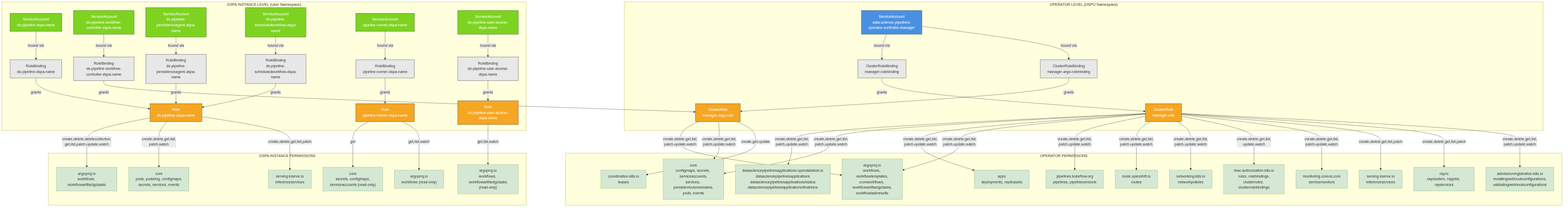
This is architecture/rhoai-2.25/diagrams/data-science-pipelines-operator-rbac.png from rhuss/architecture-context, a Mermaid export, as it was before one commit. Its source is kept beside it as architecture/rhoai-2.25/diagrams/data-science-pipelines-operator-rbac.mmd. Source of this version:
```mermaid
graph TD
    subgraph "OPERATOR LEVEL (DSPO Namespace)"
        SA_Controller[ServiceAccount<br/>data-science-pipelines-operator-controller-manager]

        CRB_Manager[ClusterRoleBinding<br/>manager-rolebinding]
        CR_Manager[ClusterRole<br/>manager-role]

        CRB_Argo[ClusterRoleBinding<br/>manager-argo-rolebinding]
        CR_Argo[ClusterRole<br/>manager-argo-role]

        SA_Controller -->|bound via| CRB_Manager
        SA_Controller -->|bound via| CRB_Argo
        CRB_Manager -->|grants| CR_Manager
        CRB_Argo -->|grants| CR_Argo
    end

    subgraph "OPERATOR PERMISSIONS"
        API_DSPA["datasciencepipelinesapplications.opendatahub.io<br/>datasciencepipelinesapplications<br/>datasciencepipelinesapplications/status<br/>datasciencepipelinesapplications/finalizers"]
        API_Core["core<br/>configmaps, secrets, serviceaccounts,<br/>services, persistentvolumeclaims,<br/>pods, events"]
        API_Apps["apps<br/>deployments, replicasets"]
        API_Argo["argoproj.io<br/>workflows, workflowtemplates,<br/>cronworkflows, workflowartifactgctasks,<br/>workflowtaskresults"]
        API_Pipelines["pipelines.kubeflow.org<br/>pipelines, pipelineversions"]
        API_Route["route.openshift.io<br/>routes"]
        API_Network["networking.k8s.io<br/>networkpolicies"]
        API_RBAC["rbac.authorization.k8s.io<br/>roles, rolebindings,<br/>clusterroles, clusterrolebindings"]
        API_Monitor["monitoring.coreos.com<br/>servicemonitors"]
        API_KServe["serving.kserve.io<br/>inferenceservices"]
        API_Ray["ray.io<br/>rayclusters, rayjobs, rayservices"]
        API_Admission["admissionregistration.k8s.io<br/>mutatingwebhookconfigurations,<br/>validatingwebhookconfigurations"]
        API_Coord["coordination.k8s.io<br/>leases"]

        CR_Manager -->|create,delete,get,list,<br/>patch,update,watch| API_DSPA
        CR_Manager -->|create,delete,get,list,<br/>patch,update,watch| API_Core
        CR_Manager -->|create,delete,get,list,<br/>patch,update,watch| API_Apps
        CR_Manager -->|create,delete,get,list,<br/>patch,update,watch| API_Argo
        CR_Manager -->|create,delete,get,list,<br/>patch,update,watch| API_Pipelines
        CR_Manager -->|create,delete,get,list,<br/>patch,update,watch| API_Route
        CR_Manager -->|create,delete,get,list,<br/>patch,update,watch| API_Network
        CR_Manager -->|create,delete,get,list,<br/>update,watch| API_RBAC
        CR_Manager -->|create,delete,get,list,<br/>patch,update,watch| API_Monitor
        CR_Manager -->|create,delete,get,list,patch| API_KServe
        CR_Manager -->|create,delete,get,list,patch| API_Ray
        CR_Manager -->|create,delete,get,list,<br/>patch,update,watch| API_Admission

        CR_Argo -->|create,delete,get,list,<br/>patch,update,watch| API_Argo
        CR_Argo -->|create,delete,get,list,<br/>patch,update,watch| API_Core
        CR_Argo -->|create,get,update| API_Coord
    end

    subgraph "DSPA INSTANCE LEVEL (User Namespace)"
        SA_API["ServiceAccount<br/>ds-pipeline-dspa-name"]
        RB_API["RoleBinding<br/>ds-pipeline-dspa-name"]
        R_API["Role<br/>ds-pipeline-dspa-name"]

        SA_WFC["ServiceAccount<br/>ds-pipeline-workflow-controller-dspa-name"]
        RB_WFC["RoleBinding<br/>ds-pipeline-workflow-controller-dspa-name"]

        SA_PA["ServiceAccount<br/>ds-pipeline-persistenceagent-dspa-name"]
        RB_PA["RoleBinding<br/>ds-pipeline-persistenceagent-dspa-name"]

        SA_SWC["ServiceAccount<br/>ds-pipeline-scheduledworkflow-dspa-name"]
        RB_SWC["RoleBinding<br/>ds-pipeline-scheduledworkflow-dspa-name"]

        SA_Runner["ServiceAccount<br/>pipeline-runner-dspa-name"]
        RB_Runner["RoleBinding<br/>pipeline-runner-dspa-name"]
        R_Runner["Role<br/>pipeline-runner-dspa-name"]

        SA_UserAccess["ServiceAccount<br/>ds-pipeline-user-access-dspa-name"]
        RB_UserAccess["RoleBinding<br/>ds-pipeline-user-access-dspa-name"]
        R_UserAccess["Role<br/>ds-pipeline-user-access-dspa-name"]

        SA_API -->|bound via| RB_API
        RB_API -->|grants| R_API

        SA_WFC -->|bound via| RB_WFC
        RB_WFC -->|grants| CR_Argo

        SA_PA -->|bound via| RB_PA
        RB_PA -->|grants| R_API

        SA_SWC -->|bound via| RB_SWC
        RB_SWC -->|grants| R_API

        SA_Runner -->|bound via| RB_Runner
        RB_Runner -->|grants| R_Runner

        SA_UserAccess -->|bound via| RB_UserAccess
        RB_UserAccess -->|grants| R_UserAccess
    end

    subgraph "DSPA INSTANCE PERMISSIONS"
        DSPA_Argo["argoproj.io<br/>workflows, workflowartifactgctasks"]
        DSPA_Core["core<br/>pods, pods/log, configmaps,<br/>secrets, services, events"]
        DSPA_KServe_Instance["serving.kserve.io<br/>inferenceservices"]

        Runner_Argo["argoproj.io<br/>workflows (read-only)"]
        Runner_Core["core<br/>secrets, configmaps,<br/>serviceaccounts (read-only)"]

        UserAccess_Argo["argoproj.io<br/>workflows, workflowartifactgctasks<br/>(read-only)"]

        R_API -->|create,delete,deletecollection,<br/>get,list,patch,update,watch| DSPA_Argo
        R_API -->|create,delete,get,list,<br/>patch,watch| DSPA_Core
        R_API -->|create,delete,get,list,patch| DSPA_KServe_Instance

        R_Runner -->|get| Runner_Core
        R_Runner -->|get,list,watch| Runner_Argo

        R_UserAccess -->|get,list,watch| UserAccess_Argo
    end

    style SA_Controller fill:#4a90e2,stroke:#333,color:#fff
    style CR_Manager fill:#f5a623,stroke:#333,color:#fff
    style CR_Argo fill:#f5a623,stroke:#333,color:#fff
    style CRB_Manager fill:#e8e8e8,stroke:#333
    style CRB_Argo fill:#e8e8e8,stroke:#333

    style SA_API fill:#7ed321,stroke:#333,color:#fff
    style SA_WFC fill:#7ed321,stroke:#333,color:#fff
    style SA_PA fill:#7ed321,stroke:#333,color:#fff
    style SA_SWC fill:#7ed321,stroke:#333,color:#fff
    style SA_Runner fill:#7ed321,stroke:#333,color:#fff
    style SA_UserAccess fill:#7ed321,stroke:#333,color:#fff

    style R_API fill:#f5a623,stroke:#333,color:#fff
    style R_Runner fill:#f5a623,stroke:#333,color:#fff
    style R_UserAccess fill:#f5a623,stroke:#333,color:#fff

    style RB_API fill:#e8e8e8,stroke:#333
    style RB_WFC fill:#e8e8e8,stroke:#333
    style RB_PA fill:#e8e8e8,stroke:#333
    style RB_SWC fill:#e8e8e8,stroke:#333
    style RB_Runner fill:#e8e8e8,stroke:#333
    style RB_UserAccess fill:#e8e8e8,stroke:#333

    style API_DSPA fill:#d5e8d4,stroke:#82b366
    style API_Core fill:#d5e8d4,stroke:#82b366
    style API_Apps fill:#d5e8d4,stroke:#82b366
    style API_Argo fill:#d5e8d4,stroke:#82b366
    style API_Pipelines fill:#d5e8d4,stroke:#82b366
    style API_Route fill:#d5e8d4,stroke:#82b366
    style API_Network fill:#d5e8d4,stroke:#82b366
    style API_RBAC fill:#d5e8d4,stroke:#82b366
    style API_Monitor fill:#d5e8d4,stroke:#82b366
    style API_KServe fill:#d5e8d4,stroke:#82b366
    style API_Ray fill:#d5e8d4,stroke:#82b366
    style API_Admission fill:#d5e8d4,stroke:#82b366
    style API_Coord fill:#d5e8d4,stroke:#82b366

    style DSPA_Argo fill:#d5e8d4,stroke:#82b366
    style DSPA_Core fill:#d5e8d4,stroke:#82b366
    style DSPA_KServe_Instance fill:#d5e8d4,stroke:#82b366
    style Runner_Argo fill:#d5e8d4,stroke:#82b366
    style Runner_Core fill:#d5e8d4,stroke:#82b366
    style UserAccess_Argo fill:#d5e8d4,stroke:#82b366
```
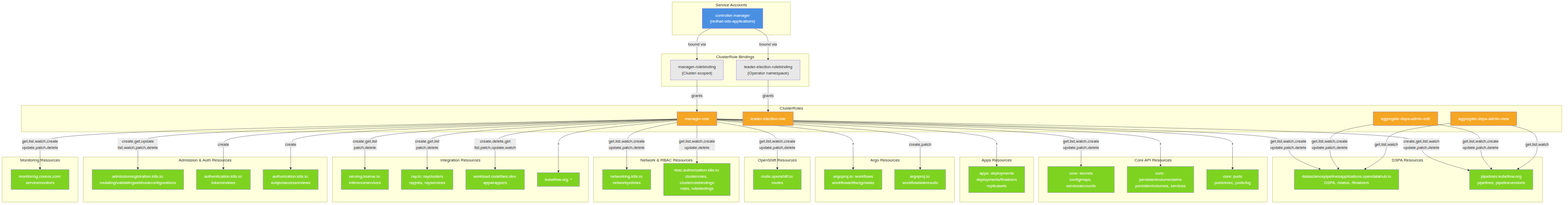
The same file after the commit.

The edit, as a diff of the source:
```diff
@@ -1,154 +1,120 @@
+
 graph TD
-    subgraph "OPERATOR LEVEL (DSPO Namespace)"
-        SA_Controller[ServiceAccount<br/>data-science-pipelines-operator-controller-manager]
-
-        CRB_Manager[ClusterRoleBinding<br/>manager-rolebinding]
-        CR_Manager[ClusterRole<br/>manager-role]
-
-        CRB_Argo[ClusterRoleBinding<br/>manager-argo-rolebinding]
-        CR_Argo[ClusterRole<br/>manager-argo-role]
-
-        SA_Controller -->|bound via| CRB_Manager
-        SA_Controller -->|bound via| CRB_Argo
-        CRB_Manager -->|grants| CR_Manager
-        CRB_Argo -->|grants| CR_Argo
+    subgraph ServiceAccounts["Service Accounts"]
+        SA["controller-manager<br/>(redhat-ods-applications)"]
     end
 
-    subgraph "OPERATOR PERMISSIONS"
-        API_DSPA["datasciencepipelinesapplications.opendatahub.io<br/>datasciencepipelinesapplications<br/>datasciencepipelinesapplications/status<br/>datasciencepipelinesapplications/finalizers"]
-        API_Core["core<br/>configmaps, secrets, serviceaccounts,<br/>services, persistentvolumeclaims,<br/>pods, events"]
-        API_Apps["apps<br/>deployments, replicasets"]
-        API_Argo["argoproj.io<br/>workflows, workflowtemplates,<br/>cronworkflows, workflowartifactgctasks,<br/>workflowtaskresults"]
-        API_Pipelines["pipelines.kubeflow.org<br/>pipelines, pipelineversions"]
-        API_Route["route.openshift.io<br/>routes"]
-        API_Network["networking.k8s.io<br/>networkpolicies"]
-        API_RBAC["rbac.authorization.k8s.io<br/>roles, rolebindings,<br/>clusterroles, clusterrolebindings"]
-        API_Monitor["monitoring.coreos.com<br/>servicemonitors"]
-        API_KServe["serving.kserve.io<br/>inferenceservices"]
-        API_Ray["ray.io<br/>rayclusters, rayjobs, rayservices"]
-        API_Admission["admissionregistration.k8s.io<br/>mutatingwebhookconfigurations,<br/>validatingwebhookconfigurations"]
-        API_Coord["coordination.k8s.io<br/>leases"]
-
-        CR_Manager -->|create,delete,get,list,<br/>patch,update,watch| API_DSPA
-        CR_Manager -->|create,delete,get,list,<br/>patch,update,watch| API_Core
-        CR_Manager -->|create,delete,get,list,<br/>patch,update,watch| API_Apps
-        CR_Manager -->|create,delete,get,list,<br/>patch,update,watch| API_Argo
-        CR_Manager -->|create,delete,get,list,<br/>patch,update,watch| API_Pipelines
-        CR_Manager -->|create,delete,get,list,<br/>patch,update,watch| API_Route
-        CR_Manager -->|create,delete,get,list,<br/>patch,update,watch| API_Network
-        CR_Manager -->|create,delete,get,list,<br/>update,watch| API_RBAC
-        CR_Manager -->|create,delete,get,list,<br/>patch,update,watch| API_Monitor
-        CR_Manager -->|create,delete,get,list,patch| API_KServe
-        CR_Manager -->|create,delete,get,list,patch| API_Ray
-        CR_Manager -->|create,delete,get,list,<br/>patch,update,watch| API_Admission
-
-        CR_Argo -->|create,delete,get,list,<br/>patch,update,watch| API_Argo
-        CR_Argo -->|create,delete,get,list,<br/>patch,update,watch| API_Core
-        CR_Argo -->|create,get,update| API_Coord
+    subgraph ClusterBindings["ClusterRole Bindings"]
+        CRB_Manager["manager-rolebinding<br/>(Cluster-scoped)"]
+        CRB_Leader["leader-election-rolebinding<br/>(Operator namespace)"]
     end
 
-    subgraph "DSPA INSTANCE LEVEL (User Namespace)"
-        SA_API["ServiceAccount<br/>ds-pipeline-dspa-name"]
-        RB_API["RoleBinding<br/>ds-pipeline-dspa-name"]
-        R_API["Role<br/>ds-pipeline-dspa-name"]
-
-        SA_WFC["ServiceAccount<br/>ds-pipeline-workflow-controller-dspa-name"]
-        RB_WFC["RoleBinding<br/>ds-pipeline-workflow-controller-dspa-name"]
-
-        SA_PA["ServiceAccount<br/>ds-pipeline-persistenceagent-dspa-name"]
-        RB_PA["RoleBinding<br/>ds-pipeline-persistenceagent-dspa-name"]
-
-        SA_SWC["ServiceAccount<br/>ds-pipeline-scheduledworkflow-dspa-name"]
-        RB_SWC["RoleBinding<br/>ds-pipeline-scheduledworkflow-dspa-name"]
-
-        SA_Runner["ServiceAccount<br/>pipeline-runner-dspa-name"]
-        RB_Runner["RoleBinding<br/>pipeline-runner-dspa-name"]
-        R_Runner["Role<br/>pipeline-runner-dspa-name"]
-
-        SA_UserAccess["ServiceAccount<br/>ds-pipeline-user-access-dspa-name"]
-        RB_UserAccess["RoleBinding<br/>ds-pipeline-user-access-dspa-name"]
-        R_UserAccess["Role<br/>ds-pipeline-user-access-dspa-name"]
-
-        SA_API -->|bound via| RB_API
-        RB_API -->|grants| R_API
-
-        SA_WFC -->|bound via| RB_WFC
-        RB_WFC -->|grants| CR_Argo
-
-        SA_PA -->|bound via| RB_PA
-        RB_PA -->|grants| R_API
-
-        SA_SWC -->|bound via| RB_SWC
-        RB_SWC -->|grants| R_API
-
-        SA_Runner -->|bound via| RB_Runner
-        RB_Runner -->|grants| R_Runner
-
-        SA_UserAccess -->|bound via| RB_UserAccess
-        RB_UserAccess -->|grants| R_UserAccess
+    subgraph ClusterRoles["ClusterRoles"]
+        CR_Manager["manager-role"]
+        CR_Leader["leader-election-role"]
+        CR_Edit["aggregate-dspa-admin-edit"]
+        CR_View["aggregate-dspa-admin-view"]
     end
 
-    subgraph "DSPA INSTANCE PERMISSIONS"
-        DSPA_Argo["argoproj.io<br/>workflows, workflowartifactgctasks"]
-        DSPA_Core["core<br/>pods, pods/log, configmaps,<br/>secrets, services, events"]
-        DSPA_KServe_Instance["serving.kserve.io<br/>inferenceservices"]
-
-        Runner_Argo["argoproj.io<br/>workflows (read-only)"]
-        Runner_Core["core<br/>secrets, configmaps,<br/>serviceaccounts (read-only)"]
-
-        UserAccess_Argo["argoproj.io<br/>workflows, workflowartifactgctasks<br/>(read-only)"]
-
-        R_API -->|create,delete,deletecollection,<br/>get,list,patch,update,watch| DSPA_Argo
-        R_API -->|create,delete,get,list,<br/>patch,watch| DSPA_Core
-        R_API -->|create,delete,get,list,patch| DSPA_KServe_Instance
-
-        R_Runner -->|get| Runner_Core
-        R_Runner -->|get,list,watch| Runner_Argo
-
-        R_UserAccess -->|get,list,watch| UserAccess_Argo
+    subgraph DSPAResources["DSPA Resources"]
+        DSPA["datasciencepipelinesapplications.opendatahub.io<br/>DSPA, /status, /finalizers"]
+        Pipelines["pipelines.kubeflow.org<br/>pipelines, pipelineversions"]
     end
 
-    style SA_Controller fill:#4a90e2,stroke:#333,color:#fff
-    style CR_Manager fill:#f5a623,stroke:#333,color:#fff
-    style CR_Argo fill:#f5a623,stroke:#333,color:#fff
-    style CRB_Manager fill:#e8e8e8,stroke:#333
-    style CRB_Argo fill:#e8e8e8,stroke:#333
+    subgraph CoreResources["Core API Resources"]
+        Secrets["core: secrets<br/>configmaps, serviceaccounts"]
+        PVs["core: persistentvolumeclaims<br/>persistentvolumes, services"]
+        Pods["core: pods<br/>pods/exec, pods/log"]
+    end
 
-    style SA_API fill:#7ed321,stroke:#333,color:#fff
-    style SA_WFC fill:#7ed321,stroke:#333,color:#fff
-    style SA_PA fill:#7ed321,stroke:#333,color:#fff
-    style SA_SWC fill:#7ed321,stroke:#333,color:#fff
-    style SA_Runner fill:#7ed321,stroke:#333,color:#fff
-    style SA_UserAccess fill:#7ed321,stroke:#333,color:#fff
+    subgraph AppsResources["Apps Resources"]
+        Deployments["apps: deployments<br/>deployments/finalizers<br/>replicasets"]
+    end
 
-    style R_API fill:#f5a623,stroke:#333,color:#fff
-    style R_Runner fill:#f5a623,stroke:#333,color:#fff
-    style R_UserAccess fill:#f5a623,stroke:#333,color:#fff
+    subgraph ArgoResources["Argo Resources"]
+        Workflows["argoproj.io: workflows<br/>workflowartifactgctasks"]
+        WorkflowResults["argoproj.io:<br/>workflowtaskresults"]
+    end
 
-    style RB_API fill:#e8e8e8,stroke:#333
-    style RB_WFC fill:#e8e8e8,stroke:#333
-    style RB_PA fill:#e8e8e8,stroke:#333
-    style RB_SWC fill:#e8e8e8,stroke:#333
-    style RB_Runner fill:#e8e8e8,stroke:#333
-    style RB_UserAccess fill:#e8e8e8,stroke:#333
+    subgraph OpenShiftResources["OpenShift Resources"]
+        Routes["route.openshift.io:<br/>routes"]
+    end
 
-    style API_DSPA fill:#d5e8d4,stroke:#82b366
-    style API_Core fill:#d5e8d4,stroke:#82b366
-    style API_Apps fill:#d5e8d4,stroke:#82b366
-    style API_Argo fill:#d5e8d4,stroke:#82b366
-    style API_Pipelines fill:#d5e8d4,stroke:#82b366
-    style API_Route fill:#d5e8d4,stroke:#82b366
-    style API_Network fill:#d5e8d4,stroke:#82b366
-    style API_RBAC fill:#d5e8d4,stroke:#82b366
-    style API_Monitor fill:#d5e8d4,stroke:#82b366
-    style API_KServe fill:#d5e8d4,stroke:#82b366
-    style API_Ray fill:#d5e8d4,stroke:#82b366
-    style API_Admission fill:#d5e8d4,stroke:#82b366
-    style API_Coord fill:#d5e8d4,stroke:#82b366
+    subgraph NetworkResources["Network & RBAC Resources"]
+        NetPol["networking.k8s.io:<br/>networkpolicies"]
+        RBACRes["rbac.authorization.k8s.io:<br/>clusterroles, clusterrolebindings<br/>roles, rolebindings"]
+    end
 
-    style DSPA_Argo fill:#d5e8d4,stroke:#82b366
-    style DSPA_Core fill:#d5e8d4,stroke:#82b366
-    style DSPA_KServe_Instance fill:#d5e8d4,stroke:#82b366
-    style Runner_Argo fill:#d5e8d4,stroke:#82b366
-    style Runner_Core fill:#d5e8d4,stroke:#82b366
-    style UserAccess_Argo fill:#d5e8d4,stroke:#82b366
+    subgraph IntegrationResources["Integration Resources"]
+        KServeRes["serving.kserve.io:<br/>inferenceservices"]
+        RayRes["ray.io: rayclusters<br/>rayjobs, rayservices"]
+        CFRes["workload.codeflare.dev:<br/>appwrappers"]
+        KubeflowRes["kubeflow.org: *"]
+    end
+
+    subgraph AdmissionResources["Admission & Auth Resources"]
+        Webhooks["admissionregistration.k8s.io:<br/>mutating/validatingwebhookconfigurations"]
+        TokenReview["authentication.k8s.io:<br/>tokenreviews"]
+        SAR["authorization.k8s.io:<br/>subjectaccessreviews"]
+    end
+
+    subgraph MonitoringResources["Monitoring Resources"]
+        ServiceMon["monitoring.coreos.com:<br/>servicemonitors"]
+    end
+
+    SA -->|"bound via"| CRB_Manager
+    SA -->|"bound via"| CRB_Leader
+    CRB_Manager -->|"grants"| CR_Manager
+    CRB_Leader -->|"grants"| CR_Leader
+
+    CR_Manager -->|"get,list,watch,create<br/>update,patch,delete"| DSPA
+    CR_Manager -->|"get,list,watch,create<br/>update,patch,delete"| Secrets
+    CR_Manager -->|"*"| PVs
+    CR_Manager -->|"*"| Pods
+    CR_Manager -->|"*"| Deployments
+    CR_Manager -->|"get,list,watch,create<br/>update,patch,delete"| Routes
+    CR_Manager -->|"*"| Workflows
+    CR_Manager -->|"create,patch"| WorkflowResults
+    CR_Manager -->|"get,list,watch,create<br/>update,patch,delete"| NetPol
+    CR_Manager -->|"get,list,watch,create<br/>update,delete"| RBACRes
+    CR_Manager -->|"create,get,list<br/>patch,delete"| KServeRes
+    CR_Manager -->|"create,get,list<br/>patch,delete"| RayRes
+    CR_Manager -->|"create,delete,get<br/>list,patch,update,watch"| CFRes
+    CR_Manager -->|"*"| KubeflowRes
+    CR_Manager -->|"create,get,update<br/>list,watch,patch,delete"| Webhooks
+    CR_Manager -->|"create"| TokenReview
+    CR_Manager -->|"create"| SAR
+    CR_Manager -->|"get,list,watch,create<br/>update,patch,delete"| ServiceMon
+    CR_Manager -->|"create,get,list,watch<br/>update,patch,delete"| Pipelines
+
+    CR_Edit -->|"get,list,watch,create<br/>update,patch,delete"| DSPA
+    CR_Edit -->|"get,list,watch,create<br/>update,patch,delete"| Pipelines
+    CR_View -->|"get,list,watch"| DSPA
+    CR_View -->|"get,list,watch"| Pipelines
+
+    style SA fill:#4a90e2,color:#fff
+    style CR_Manager fill:#f5a623,color:#fff
+    style CR_Leader fill:#f5a623,color:#fff
+    style CR_Edit fill:#f5a623,color:#fff
+    style CR_View fill:#f5a623,color:#fff
+    style CRB_Manager fill:#e8e8e8
+    style CRB_Leader fill:#e8e8e8
+    style DSPA fill:#7ed321,color:#fff
+    style Pipelines fill:#7ed321,color:#fff
+    style Secrets fill:#7ed321,color:#fff
+    style PVs fill:#7ed321,color:#fff
+    style Pods fill:#7ed321,color:#fff
+    style Deployments fill:#7ed321,color:#fff
+    style Workflows fill:#7ed321,color:#fff
+    style WorkflowResults fill:#7ed321,color:#fff
+    style Routes fill:#7ed321,color:#fff
+    style NetPol fill:#7ed321,color:#fff
+    style RBACRes fill:#7ed321,color:#fff
+    style KServeRes fill:#7ed321,color:#fff
+    style RayRes fill:#7ed321,color:#fff
+    style CFRes fill:#7ed321,color:#fff
+    style KubeflowRes fill:#7ed321,color:#fff
+    style Webhooks fill:#7ed321,color:#fff
+    style TokenReview fill:#7ed321,color:#fff
+    style SAR fill:#7ed321,color:#fff
+    style ServiceMon fill:#7ed321,color:#fff
```
